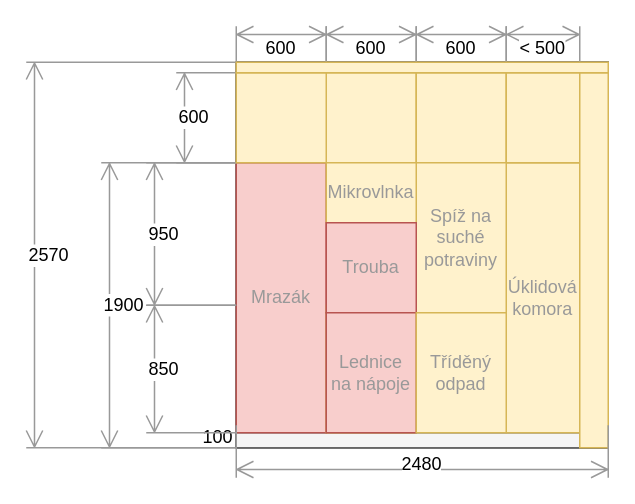
surquest/flat-renovation keeps this draw.io diagram as docs/src/static/drawings/kitchen.wall-appliances.drawio. Above is the earlier version. Source tidied: cells renumbered, new cells numbered last; positions are measured from the earlier drawing's top-left corner, leaving out a move shared by most shapes. Both pictures are drawn from the tidied source at 150%, with x=0, y=0 at pixel (26, 26).
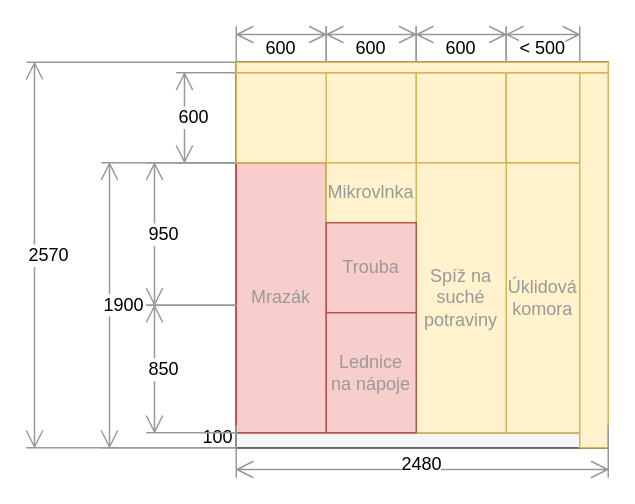
After the change.

The edit, as a diff of the source:
```diff
@@
     <mxCell id="20" value="Spíž na suché potraviny" style="rounded=0;whiteSpace=wrap;html=1;fillColor=#fff2cc;strokeColor=#d6b656;fontColor=#999999;" parent="1" vertex="1">
-      <mxGeometry x="260" y="91" width="60" height="100" as="geometry" />
+      <mxGeometry x="260" y="91" width="60" height="180" as="geometry" />
     </mxCell>
@@
-    <mxCell id="29" value="Tříděný odpad" style="rounded=0;whiteSpace=wrap;html=1;fillColor=#fff2cc;strokeColor=#d6b656;fontColor=#999999;" parent="1" vertex="1">
-      <mxGeometry x="260" y="191" width="60" height="80" as="geometry" />
-    </mxCell>
```
